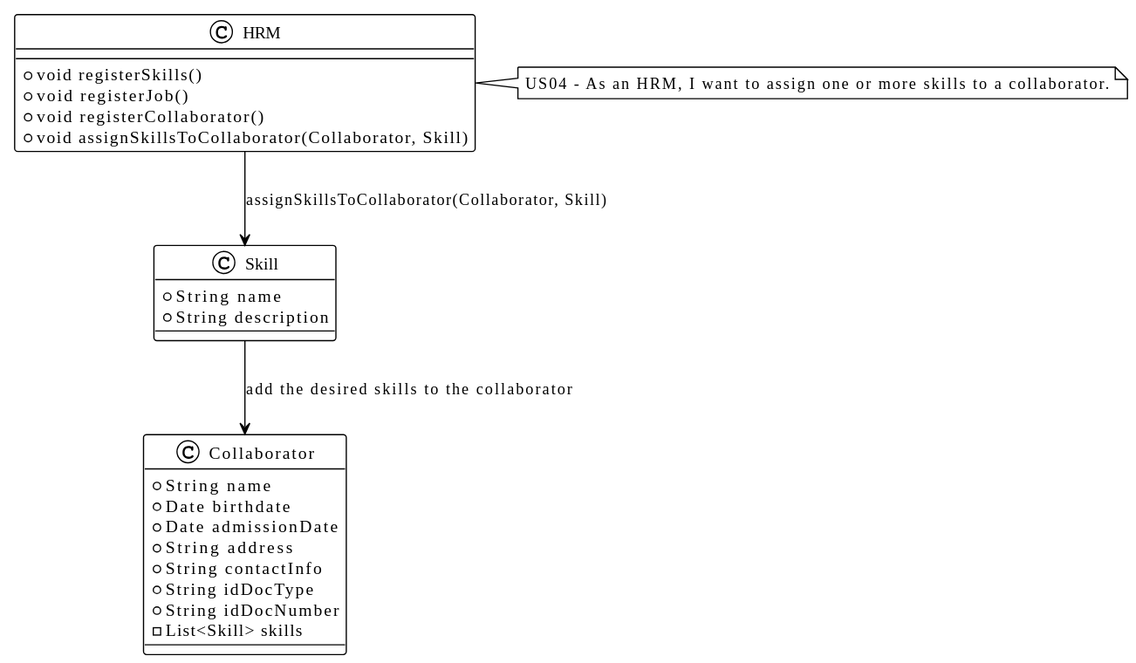
Earlier version of the PlantUML export docs/sprintA/us004/02.analysis/svg/us004-domain-model.svg (RicardoMorim/lapr2-ISEP-Project).
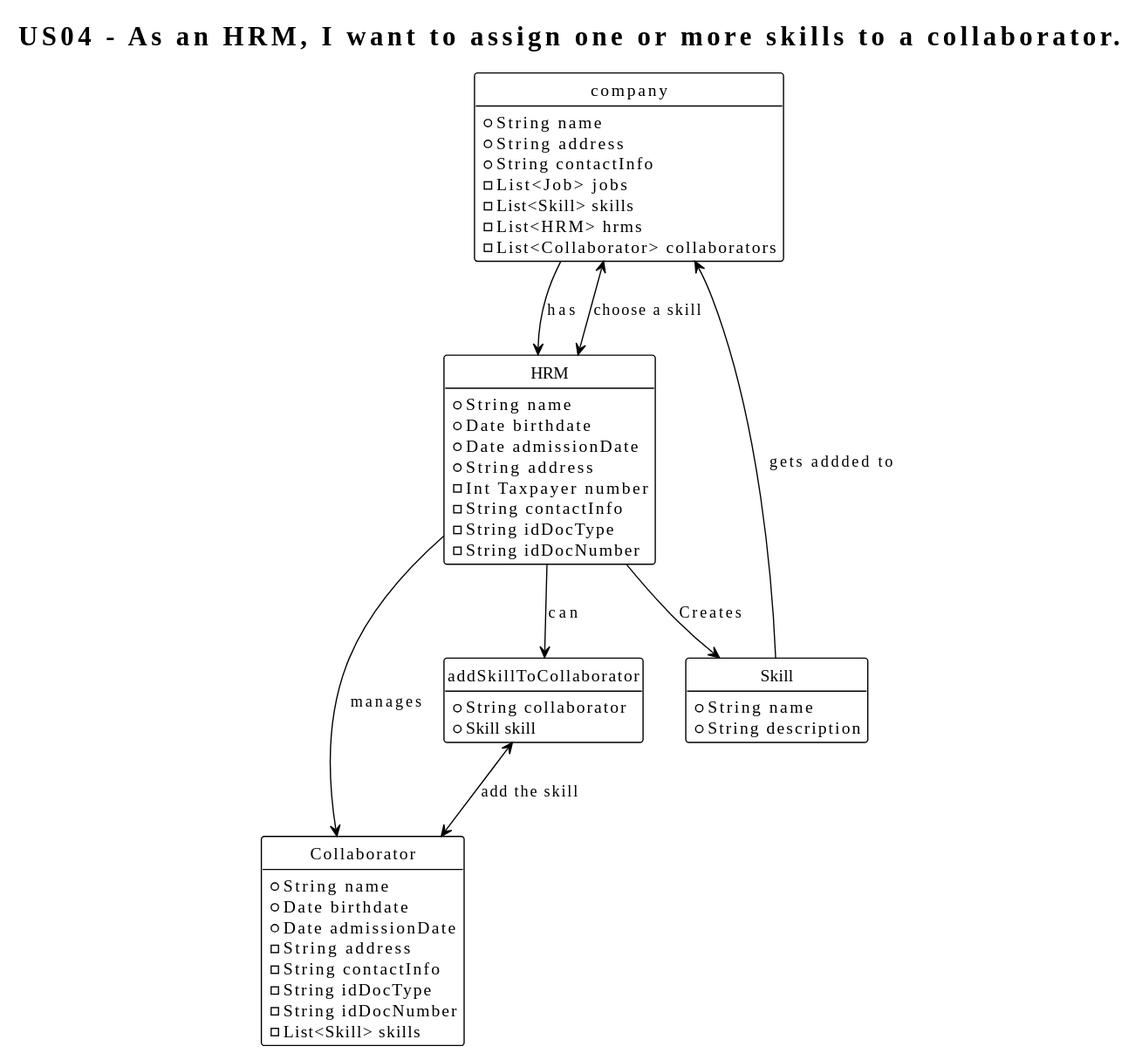
After the commit.

The edit, as a diff of the source:
```diff
@@ -1,14 +1,30 @@
 @startuml
 !theme plain
+title US04 - As an HRM, I want to assign one or more skills to a collaborator.
+
+
+hide methods
+hide circle
+
+class company{
+    +String name
+    +String address
+    +String contactInfo
+    -List<Job> jobs
+    -List<Skill> skills
+    -List<HRM> hrms
+    -List<Collaborator> collaborators
+
+}
 
 class Collaborator {
     +String name
     +Date birthdate
     +Date admissionDate
-    +String address
-    +String contactInfo
-    +String idDocType
-    +String idDocNumber
+    -String address
+    -String contactInfo
+    -String idDocType
+    -String idDocNumber
     -List<Skill> skills
 }
 
@@ -18,13 +34,35 @@
 }
 
 class HRM {
-    +void registerSkills()
-    +void registerJob()
-    +void registerCollaborator()
-    +void assignSkillsToCollaborator(Collaborator, Skill)
+    +String name
+    +Date birthdate
+    +Date admissionDate
+    +String address
+    -Int Taxpayer number
+    -String contactInfo
+    -String idDocType
+    -String idDocNumber
 }
 
-HRM --> Skill : assignSkillsToCollaborator(Collaborator, Skill)
-Skill --> Collaborator : add the desired skills to the collaborator
-note right of HRM : US04 - As an HRM, I want to assign one or more skills to a collaborator.
+class addSkillToCollaborator{
+    +String collaborator
+    +Skill skill
+}
+
+company --> HRM : has
+
+HRM --> Collaborator : manages
+
+HRM --> Skill : Creates
+
+Skill --> company : gets addded to
+
+
+HRM --> addSkillToCollaborator : can
+
+
+HRM <--> company : choose a skill
+
+
+addSkillToCollaborator <--> Collaborator : add the skill
 @enduml
```
